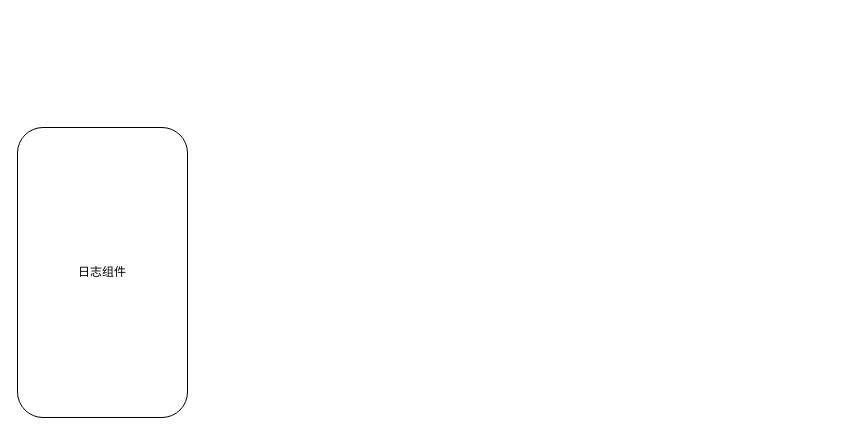
Earlier version of the draw.io diagram 日志组件.drawio (ChengziMao/diagrams). Source tidied: cells renumbered, new cells numbered last; positions are measured from the earlier drawing's top-left corner, leaving out a move shared by most shapes. Both pictures are drawn from the tidied source at 100%, with x=0, y=0 at pixel (17, 127).
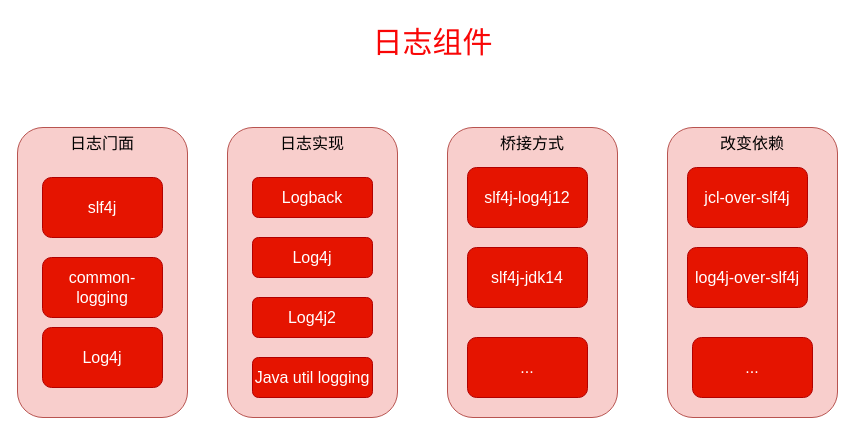
The same page after the edit.

Commit message (it also covers changes not shown here):
更新日志组件.drawio

Change to the diagram source:
```diff
@@
 <mxGraphModel>
   <root>
     <mxCell id="0" />
     <mxCell id="1" parent="0" />
-    <mxCell id="2" value="&lt;font style=&quot;vertical-align: inherit;&quot; class=&quot;notranslate fyzs-translate-target fyzs-translate-target-wrapper&quot;&gt;&lt;font style=&quot;vertical-align: inherit;&quot; class=&quot;notranslate fyzs-translate-target fyzs-translate-target-box&quot;&gt;&lt;font style=&quot;vertical-align: inherit;&quot; title=&quot;r&quot; class=&quot;notranslate fyzs-translate-target fyzs-translate-target-text&quot;&gt;日志组件&lt;/font&gt;&lt;/font&gt;&lt;/font&gt;" style="rounded=1;whiteSpace=wrap;html=1;" parent="1" vertex="1">
+    <mxCell id="2" value="&lt;font style=&quot;vertical-align: inherit;&quot; class=&quot;notranslate fyzs-translate-target fyzs-translate-target-wrapper&quot;&gt;&lt;font style=&quot;vertical-align: inherit;&quot; class=&quot;notranslate fyzs-translate-target fyzs-translate-target-box&quot;&gt;&lt;font style=&quot;vertical-align: inherit;&quot; title=&quot;r&quot; class=&quot;notranslate fyzs-translate-target fyzs-translate-target-text&quot;&gt;日志门面&lt;/font&gt;&lt;/font&gt;&lt;/font&gt;" style="rounded=1;whiteSpace=wrap;html=1;verticalAlign=top;fontSize=16;fillColor=#f8cecc;strokeColor=#b85450;" parent="1" vertex="1">
       <mxGeometry width="170" height="290" as="geometry" />
     </mxCell>
+    <mxCell id="3" value="&lt;font style=&quot;vertical-align: inherit;&quot; class=&quot;notranslate fyzs-translate-target fyzs-translate-target-wrapper&quot;&gt;&lt;font style=&quot;vertical-align: inherit;&quot; class=&quot;notranslate fyzs-translate-target fyzs-translate-target-box&quot;&gt;&lt;font style=&quot;vertical-align: inherit;&quot; title=&quot;r&quot; class=&quot;notranslate fyzs-translate-target fyzs-translate-target-text&quot;&gt;日志实现&lt;/font&gt;&lt;/font&gt;&lt;/font&gt;" style="rounded=1;whiteSpace=wrap;html=1;verticalAlign=top;fontSize=16;fillColor=#f8cecc;strokeColor=#b85450;" parent="1" vertex="1">
+      <mxGeometry x="210" width="170" height="290" as="geometry" />
+    </mxCell>
+    <mxCell id="4" value="&lt;font style=&quot;vertical-align: inherit;&quot; class=&quot;notranslate fyzs-translate-target fyzs-translate-target-wrapper&quot;&gt;&lt;font style=&quot;vertical-align: inherit;&quot; class=&quot;notranslate fyzs-translate-target fyzs-translate-target-box&quot;&gt;&lt;font style=&quot;vertical-align: inherit;&quot; title=&quot;r&quot; class=&quot;notranslate fyzs-translate-target fyzs-translate-target-text&quot;&gt;桥接方式&lt;/font&gt;&lt;/font&gt;&lt;/font&gt;" style="rounded=1;whiteSpace=wrap;html=1;verticalAlign=top;fontSize=16;fillColor=#f8cecc;strokeColor=#b85450;" parent="1" vertex="1">
+      <mxGeometry x="430" width="170" height="290" as="geometry" />
+    </mxCell>
+    <mxCell id="5" value="&lt;font style=&quot;vertical-align: inherit;&quot; class=&quot;notranslate fyzs-translate-target fyzs-translate-target-wrapper&quot;&gt;&lt;font style=&quot;vertical-align: inherit;&quot; class=&quot;notranslate fyzs-translate-target fyzs-translate-target-box&quot;&gt;&lt;font style=&quot;vertical-align: inherit;&quot; title=&quot;r&quot; class=&quot;notranslate fyzs-translate-target fyzs-translate-target-text&quot;&gt;改变依赖&lt;/font&gt;&lt;/font&gt;&lt;/font&gt;" style="rounded=1;whiteSpace=wrap;html=1;verticalAlign=top;fontSize=16;fillColor=#f8cecc;strokeColor=#b85450;" parent="1" vertex="1">
+      <mxGeometry x="650" width="170" height="290" as="geometry" />
+    </mxCell>
+    <mxCell id="6" value="&lt;font class=&quot;notranslate fyzs-translate-target fyzs-translate-target-wrapper&quot; style=&quot;vertical-align: inherit;&quot;&gt;&lt;font class=&quot;notranslate fyzs-translate-target fyzs-translate-target-box&quot; style=&quot;vertical-align: inherit;&quot;&gt;&lt;font class=&quot;notranslate fyzs-translate-target fyzs-translate-target-text&quot; title=&quot;Text&quot; style=&quot;vertical-align: inherit;&quot;&gt;日志组件&lt;/font&gt;&lt;/font&gt;&lt;/font&gt;" style="text;html=1;align=center;verticalAlign=middle;strokeColor=none;fillColor=none;fontSize=30;fontColor=light-dark(#f90606, #ededed);" parent="1" vertex="1">
+      <mxGeometry x="345" y="-110" width="140" height="50" as="geometry" />
+    </mxCell>
+    <mxCell id="7" value="&lt;font style=&quot;vertical-align: inherit;&quot; class=&quot;notranslate fyzs-translate-target fyzs-translate-target-wrapper&quot;&gt;&lt;font style=&quot;vertical-align: inherit;&quot; class=&quot;notranslate fyzs-translate-target fyzs-translate-target-box&quot;&gt;&lt;font style=&quot;vertical-align: inherit;&quot; title=&quot;S&quot; class=&quot;notranslate fyzs-translate-target fyzs-translate-target-text&quot;&gt;slf4j&lt;/font&gt;&lt;/font&gt;&lt;/font&gt;" style="rounded=1;whiteSpace=wrap;html=1;fontSize=16;fillColor=#e51400;fontColor=#ffffff;strokeColor=#B20000;" parent="1" vertex="1">
+      <mxGeometry x="25" y="50" width="120" height="60" as="geometry" />
+    </mxCell>
+    <mxCell id="8" value="&lt;font style=&quot;vertical-align: inherit;&quot; class=&quot;notranslate fyzs-translate-target fyzs-translate-target-wrapper&quot;&gt;&lt;font style=&quot;vertical-align: inherit;&quot; class=&quot;notranslate fyzs-translate-target fyzs-translate-target-box&quot;&gt;&lt;font style=&quot;vertical-align: inherit;&quot; title=&quot;S&quot; class=&quot;notranslate fyzs-translate-target fyzs-translate-target-text&quot;&gt;common-logging&lt;/font&gt;&lt;/font&gt;&lt;/font&gt;" style="rounded=1;whiteSpace=wrap;html=1;fontSize=16;fillColor=#e51400;fontColor=#ffffff;strokeColor=#B20000;" parent="1" vertex="1">
+      <mxGeometry x="25" y="130" width="120" height="60" as="geometry" />
+    </mxCell>
+    <mxCell id="9" value="&lt;font style=&quot;vertical-align: inherit;&quot; class=&quot;notranslate fyzs-translate-target fyzs-translate-target-wrapper&quot;&gt;&lt;font style=&quot;vertical-align: inherit;&quot; class=&quot;notranslate fyzs-translate-target fyzs-translate-target-box&quot;&gt;&lt;font style=&quot;vertical-align: inherit;&quot; title=&quot;S&quot; class=&quot;notranslate fyzs-translate-target fyzs-translate-target-text&quot;&gt;Log4j&lt;/font&gt;&lt;/font&gt;&lt;/font&gt;" style="rounded=1;whiteSpace=wrap;html=1;fontSize=16;fillColor=#e51400;fontColor=#ffffff;strokeColor=#B20000;" parent="1" vertex="1">
+      <mxGeometry x="25" y="200" width="120" height="60" as="geometry" />
+    </mxCell>
+    <mxCell id="10" value="&lt;font style=&quot;vertical-align: inherit;&quot; class=&quot;notranslate fyzs-translate-target fyzs-translate-target-wrapper&quot;&gt;&lt;font style=&quot;vertical-align: inherit;&quot; class=&quot;notranslate fyzs-translate-target fyzs-translate-target-box&quot;&gt;&lt;font style=&quot;vertical-align: inherit;&quot; title=&quot;S&quot; class=&quot;notranslate fyzs-translate-target fyzs-translate-target-text&quot;&gt;Logback&lt;/font&gt;&lt;/font&gt;&lt;/font&gt;" style="rounded=1;whiteSpace=wrap;html=1;fontSize=16;fillColor=#e51400;fontColor=#ffffff;strokeColor=#B20000;" parent="1" vertex="1">
+      <mxGeometry x="235" y="50" width="120" height="40" as="geometry" />
+    </mxCell>
+    <mxCell id="11" value="&lt;font style=&quot;vertical-align: inherit;&quot; class=&quot;notranslate fyzs-translate-target fyzs-translate-target-wrapper&quot;&gt;&lt;font style=&quot;vertical-align: inherit;&quot; class=&quot;notranslate fyzs-translate-target fyzs-translate-target-box&quot;&gt;&lt;font style=&quot;vertical-align: inherit;&quot; title=&quot;S&quot; class=&quot;notranslate fyzs-translate-target fyzs-translate-target-text&quot;&gt;Log4j&lt;/font&gt;&lt;/font&gt;&lt;/font&gt;" style="rounded=1;whiteSpace=wrap;html=1;fontSize=16;fillColor=#e51400;fontColor=#ffffff;strokeColor=#B20000;" parent="1" vertex="1">
+      <mxGeometry x="235" y="110" width="120" height="40" as="geometry" />
+    </mxCell>
+    <mxCell id="12" value="&lt;font style=&quot;vertical-align: inherit;&quot; class=&quot;notranslate fyzs-translate-target fyzs-translate-target-wrapper&quot;&gt;&lt;font style=&quot;vertical-align: inherit;&quot; class=&quot;notranslate fyzs-translate-target fyzs-translate-target-box&quot;&gt;&lt;font style=&quot;vertical-align: inherit;&quot; title=&quot;S&quot; class=&quot;notranslate fyzs-translate-target fyzs-translate-target-text&quot;&gt;Log4j2&lt;/font&gt;&lt;/font&gt;&lt;/font&gt;" style="rounded=1;whiteSpace=wrap;html=1;fontSize=16;fillColor=#e51400;fontColor=#ffffff;strokeColor=#B20000;" parent="1" vertex="1">
+      <mxGeometry x="235" y="170" width="120" height="40" as="geometry" />
+    </mxCell>
+    <mxCell id="13" value="&lt;font style=&quot;vertical-align: inherit;&quot; class=&quot;notranslate fyzs-translate-target fyzs-translate-target-wrapper&quot;&gt;&lt;font style=&quot;vertical-align: inherit;&quot; class=&quot;notranslate fyzs-translate-target fyzs-translate-target-box&quot;&gt;&lt;font style=&quot;vertical-align: inherit;&quot; title=&quot;S&quot; class=&quot;notranslate fyzs-translate-target fyzs-translate-target-text&quot;&gt;Java util logging&lt;/font&gt;&lt;/font&gt;&lt;/font&gt;" style="rounded=1;whiteSpace=wrap;html=1;fontSize=16;fillColor=#e51400;fontColor=#ffffff;strokeColor=#B20000;" parent="1" vertex="1">
+      <mxGeometry x="235" y="230" width="120" height="40" as="geometry" />
+    </mxCell>
+    <mxCell id="14" value="&lt;font style=&quot;vertical-align: inherit;&quot; class=&quot;notranslate fyzs-translate-target fyzs-translate-target-wrapper&quot;&gt;&lt;font style=&quot;vertical-align: inherit;&quot; class=&quot;notranslate fyzs-translate-target fyzs-translate-target-box&quot;&gt;&lt;font style=&quot;vertical-align: inherit;&quot; title=&quot;S&quot; class=&quot;notranslate fyzs-translate-target fyzs-translate-target-text&quot;&gt;slf4j-log4j12&lt;/font&gt;&lt;/font&gt;&lt;/font&gt;" style="rounded=1;whiteSpace=wrap;html=1;fontSize=16;fillColor=#e51400;fontColor=#ffffff;strokeColor=#B20000;" parent="1" vertex="1">
+      <mxGeometry x="450" y="40" width="120" height="60" as="geometry" />
+    </mxCell>
+    <mxCell id="15" value="&lt;font style=&quot;vertical-align: inherit;&quot; class=&quot;notranslate fyzs-translate-target fyzs-translate-target-wrapper&quot;&gt;&lt;font style=&quot;vertical-align: inherit;&quot; class=&quot;notranslate fyzs-translate-target fyzs-translate-target-box&quot;&gt;&lt;font style=&quot;vertical-align: inherit;&quot; title=&quot;S&quot; class=&quot;notranslate fyzs-translate-target fyzs-translate-target-text&quot;&gt;slf4j-jdk14&lt;/font&gt;&lt;/font&gt;&lt;/font&gt;" style="rounded=1;whiteSpace=wrap;html=1;fontSize=16;fillColor=#e51400;fontColor=#ffffff;strokeColor=#B20000;" parent="1" vertex="1">
+      <mxGeometry x="450" y="120" width="120" height="60" as="geometry" />
+    </mxCell>
+    <mxCell id="16" value="&lt;font style=&quot;vertical-align: inherit;&quot; class=&quot;notranslate fyzs-translate-target fyzs-translate-target-wrapper&quot;&gt;&lt;font style=&quot;vertical-align: inherit;&quot; class=&quot;notranslate fyzs-translate-target fyzs-translate-target-box&quot;&gt;&lt;font style=&quot;vertical-align: inherit;&quot; title=&quot;。&quot; class=&quot;notranslate fyzs-translate-target fyzs-translate-target-text&quot;&gt;...&lt;/font&gt;&lt;/font&gt;&lt;/font&gt;" style="rounded=1;whiteSpace=wrap;html=1;fontSize=16;fillColor=#e51400;fontColor=#ffffff;strokeColor=#B20000;" parent="1" vertex="1">
+      <mxGeometry x="450" y="210" width="120" height="60" as="geometry" />
+    </mxCell>
+    <mxCell id="17" value="&lt;font style=&quot;vertical-align: inherit;&quot; class=&quot;notranslate fyzs-translate-target fyzs-translate-target-wrapper&quot;&gt;&lt;font style=&quot;vertical-align: inherit;&quot; class=&quot;notranslate fyzs-translate-target fyzs-translate-target-box&quot;&gt;&lt;font style=&quot;vertical-align: inherit;&quot; title=&quot;。&quot; class=&quot;notranslate fyzs-translate-target fyzs-translate-target-text&quot;&gt;...&lt;/font&gt;&lt;/font&gt;&lt;/font&gt;" style="rounded=1;whiteSpace=wrap;html=1;fontSize=16;fillColor=#e51400;fontColor=#ffffff;strokeColor=#B20000;" parent="1" vertex="1">
+      <mxGeometry x="675" y="210" width="120" height="60" as="geometry" />
+    </mxCell>
+    <mxCell id="18" value="&lt;font style=&quot;vertical-align: inherit;&quot; class=&quot;notranslate fyzs-translate-target fyzs-translate-target-wrapper&quot;&gt;&lt;font style=&quot;vertical-align: inherit;&quot; class=&quot;notranslate fyzs-translate-target fyzs-translate-target-box&quot;&gt;&lt;font style=&quot;vertical-align: inherit;&quot; title=&quot;S&quot; class=&quot;notranslate fyzs-translate-target fyzs-translate-target-text&quot;&gt;jcl-over-slf4j&lt;/font&gt;&lt;/font&gt;&lt;/font&gt;" style="rounded=1;whiteSpace=wrap;html=1;fontSize=16;fillColor=#e51400;fontColor=#ffffff;strokeColor=#B20000;" parent="1" vertex="1">
+      <mxGeometry x="670" y="40" width="120" height="60" as="geometry" />
+    </mxCell>
+    <mxCell id="19" value="&lt;font style=&quot;vertical-align: inherit;&quot; class=&quot;notranslate fyzs-translate-target fyzs-translate-target-wrapper&quot;&gt;&lt;font style=&quot;vertical-align: inherit;&quot; class=&quot;notranslate fyzs-translate-target fyzs-translate-target-box&quot;&gt;&lt;font style=&quot;vertical-align: inherit;&quot; title=&quot;S&quot; class=&quot;notranslate fyzs-translate-target fyzs-translate-target-text&quot;&gt;log4j-over-slf4j&lt;/font&gt;&lt;/font&gt;&lt;/font&gt;" style="rounded=1;whiteSpace=wrap;html=1;fontSize=16;fillColor=#e51400;fontColor=#ffffff;strokeColor=#B20000;" parent="1" vertex="1">
+      <mxGeometry x="670" y="120" width="120" height="60" as="geometry" />
+    </mxCell>
   </root>
 </mxGraphModel>
```
